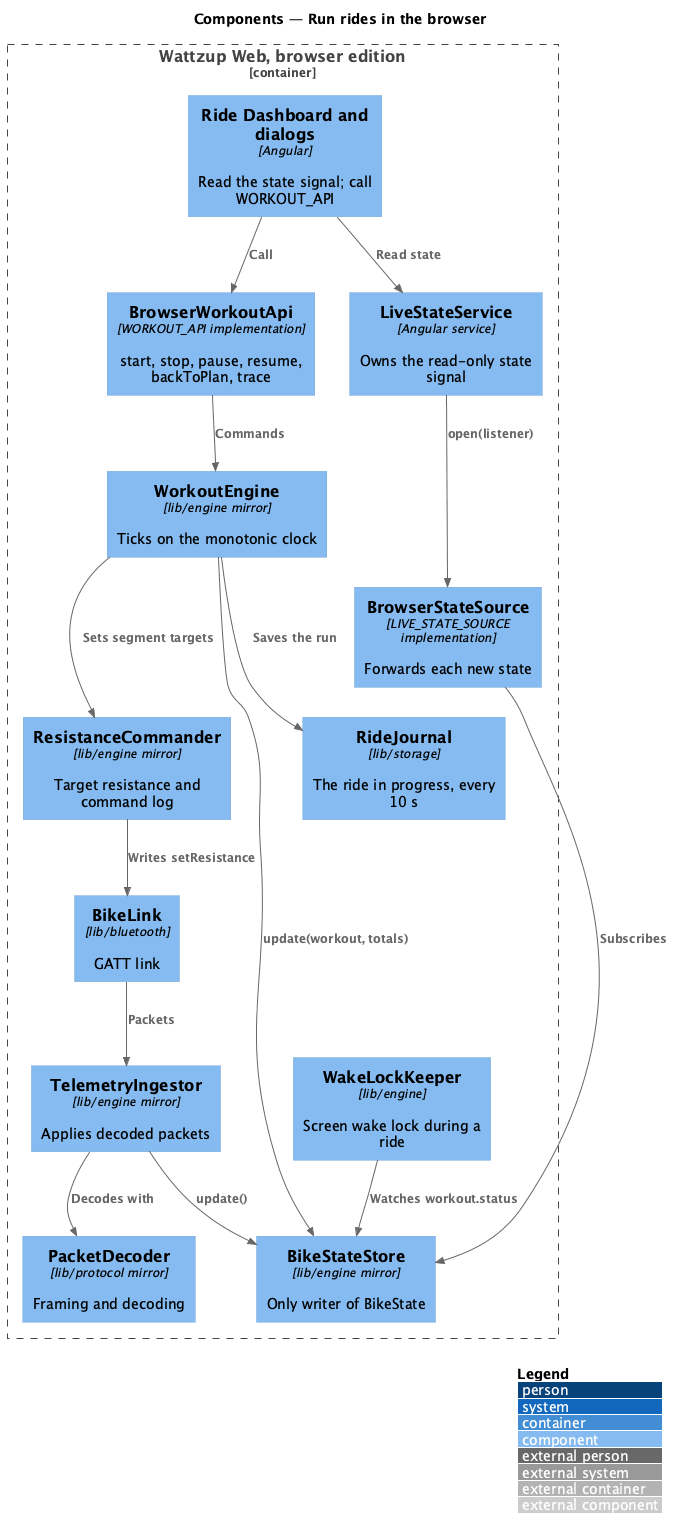
Earlier version of the PlantUML export docs/detailed-designs/browser-edition/run-rides-in-browser/diagrams/c4-component.png (QuinntyneBrown/ride-one). Its diagram source:
```plantuml
@startuml
!include <C4/C4_Component>
LAYOUT_WITH_LEGEND()
title Components — Run rides in the browser

Container_Boundary(app, "Wattzup Web, browser edition") {
  Component(pages, "Ride Dashboard and dialogs", "Angular", "Read the state signal; call WORKOUT_API")
  Component(live, "LiveStateService", "Angular service", "Owns the read-only state signal")
  Component(wapi, "BrowserWorkoutApi", "WORKOUT_API implementation", "start, stop, pause, resume, backToPlan, trace")
  Component(src, "BrowserStateSource", "LIVE_STATE_SOURCE implementation", "Forwards each new state")
  Component(link, "BikeLink", "lib/bluetooth", "GATT link")
  Component(decoder, "PacketDecoder", "lib/protocol mirror", "Framing and decoding")
  Component(ingest, "TelemetryIngestor", "lib/engine mirror", "Applies decoded packets")
  Component(store, "BikeStateStore", "lib/engine mirror", "Only writer of BikeState")
  Component(engine, "WorkoutEngine", "lib/engine mirror", "Ticks on the monotonic clock")
  Component(cmd, "ResistanceCommander", "lib/engine mirror", "Target resistance and command log")
  Component(journal, "RideJournal", "lib/storage", "The ride in progress, every 10 s")
  Component(wake, "WakeLockKeeper", "lib/engine", "Screen wake lock during a ride")
}
Rel(pages, live, "Read state")
Rel(pages, wapi, "Call")
Rel(live, src, "open(listener)")
Rel(src, store, "Subscribes")
Rel(link, ingest, "Packets")
Rel(ingest, decoder, "Decodes with")
Rel(ingest, store, "update()")
Rel(wapi, engine, "Commands")
Rel(engine, cmd, "Sets segment targets")
Rel(cmd, link, "Writes setResistance")
Rel(engine, store, "update(workout, totals)")
Rel(engine, journal, "Saves the run")
Rel(wake, store, "Watches workout.status")
@enduml
```
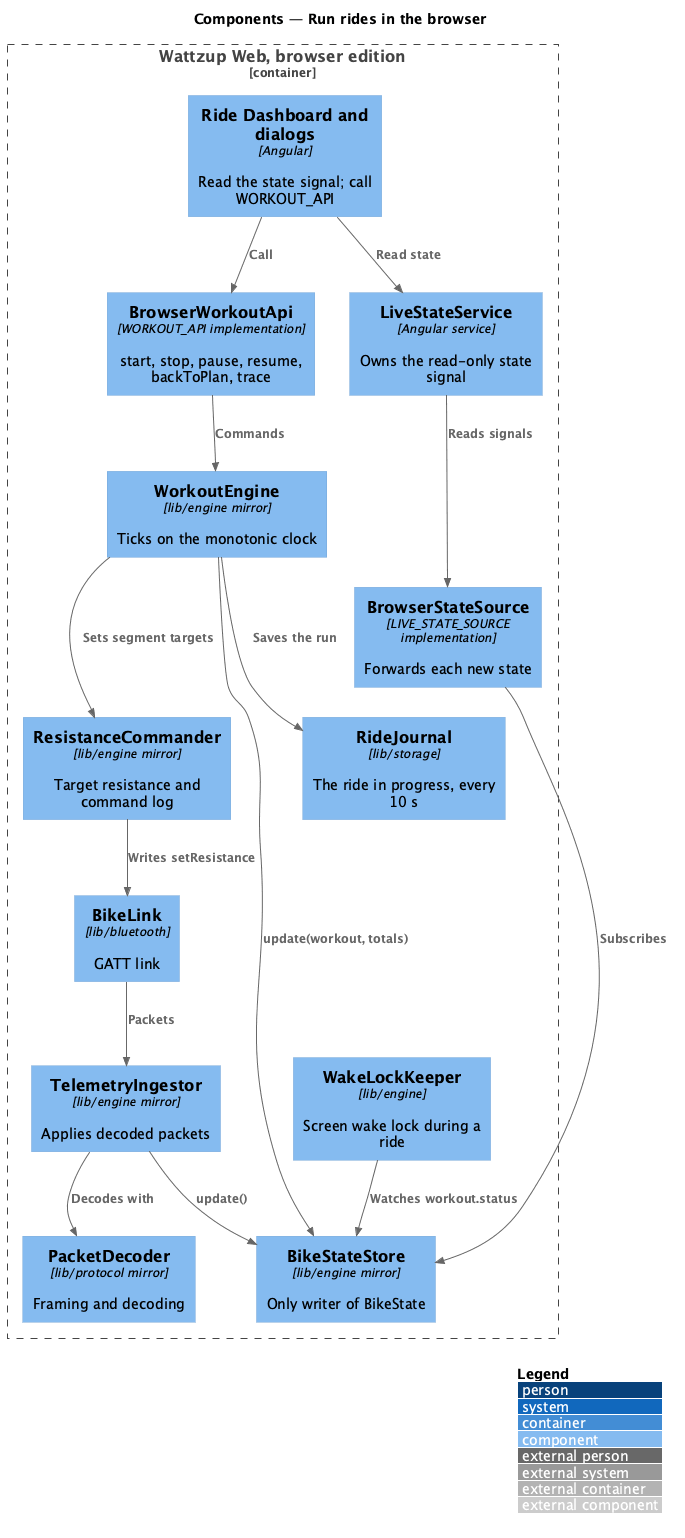
Above is the later version.

The edit, as a diff of the source:
```diff
@@ -19,7 +19,7 @@
 }
 Rel(pages, live, "Read state")
 Rel(pages, wapi, "Call")
-Rel(live, src, "open(listener)")
+Rel(live, src, "Reads signals")
 Rel(src, store, "Subscribes")
 Rel(link, ingest, "Packets")
 Rel(ingest, decoder, "Decodes with")
```
